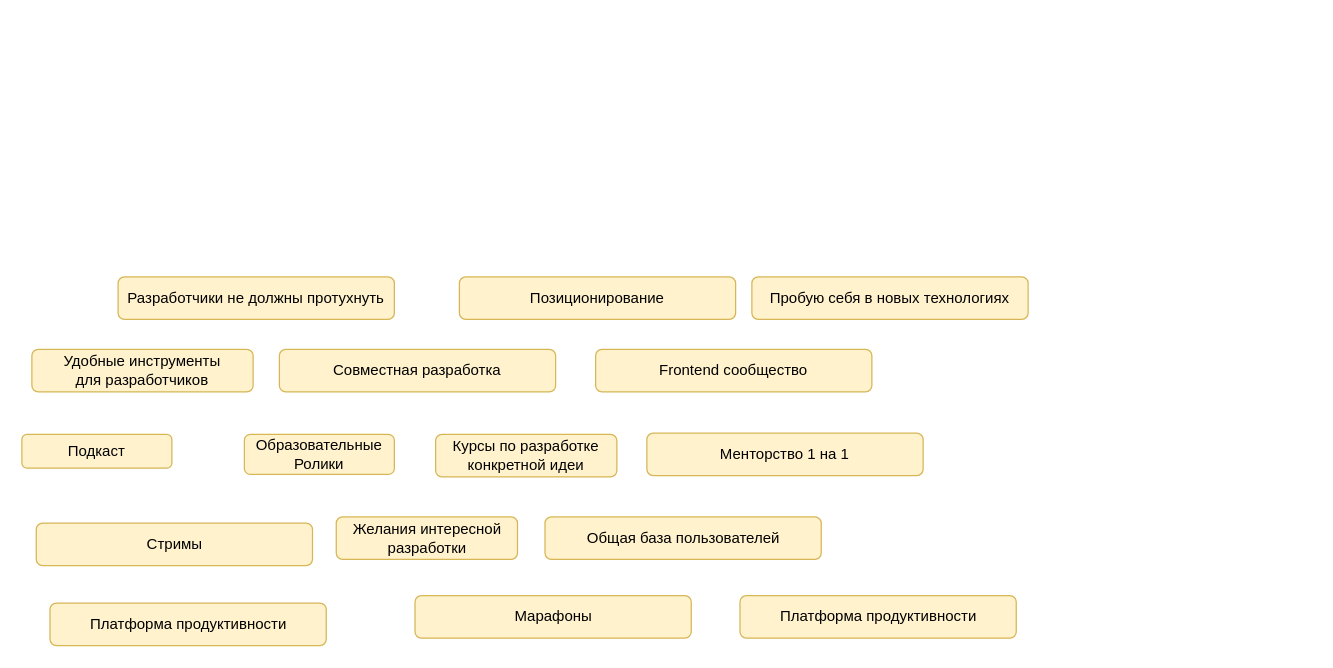
The draw.io diagram Ecosystem.drawio in orlov-oleg-developer/uml-diagrams, before the edit. Source tidied: cells renumbered, new cells numbered last; positions are measured from the earlier drawing's top-left corner, leaving out a move shared by most shapes. Both pictures are drawn from the tidied source at 125%, with x=0, y=0 at pixel (21, 276).
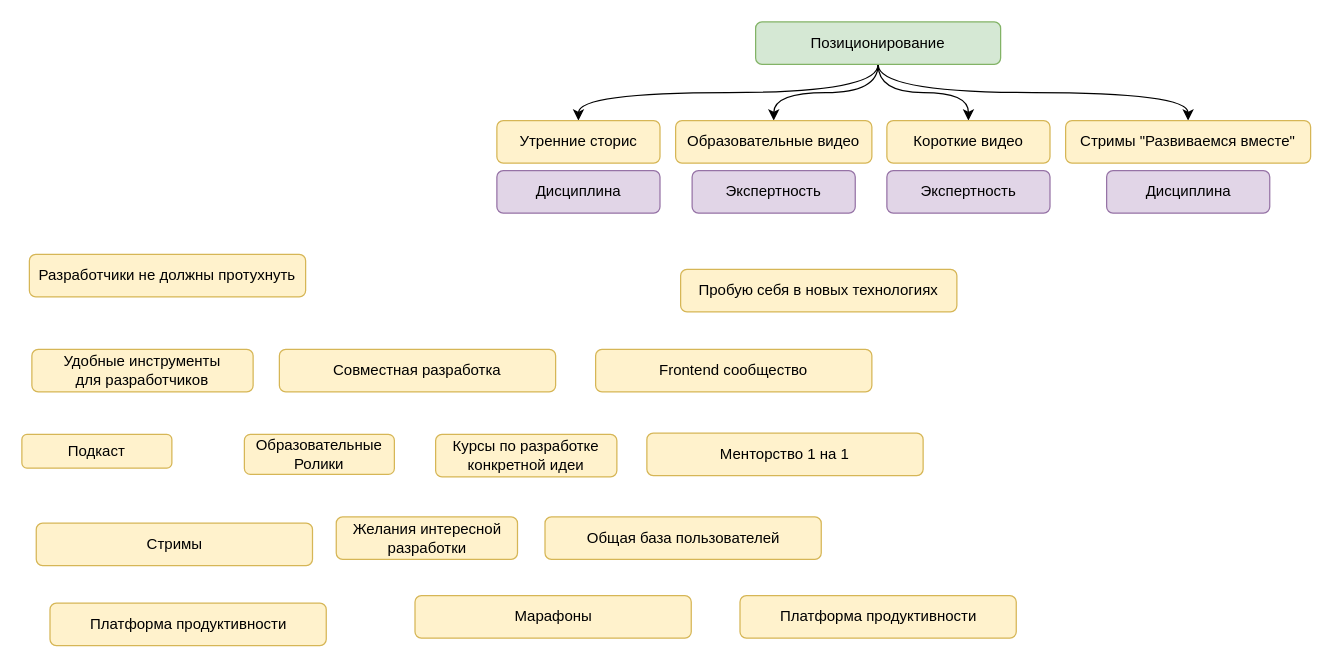
The same diagram, later.

What changed in the source:
```diff
@@
+    <mxCell id="18" style="edgeStyle=orthogonalEdgeStyle;rounded=0;jettySize=auto;html=1;entryX=0.5;entryY=0;entryDx=0;entryDy=0;curved=1;exitX=0.5;exitY=1;exitDx=0;exitDy=0;" parent="1" edge="1" source="12" target="22">
+      <mxGeometry relative="1" as="geometry" />
+    </mxCell>
+    <mxCell id="19" style="edgeStyle=orthogonalEdgeStyle;shape=connector;curved=1;rounded=0;jettySize=auto;html=1;entryX=0.5;entryY=0;entryDx=0;entryDy=0;strokeColor=default;align=center;verticalAlign=middle;fontFamily=Helvetica;fontSize=11;fontColor=default;labelBackgroundColor=default;endArrow=classic;exitX=0.5;exitY=1;exitDx=0;exitDy=0;" parent="1" edge="1" source="12" target="23">
+      <mxGeometry relative="1" as="geometry" />
+    </mxCell>
+    <mxCell id="20" style="edgeStyle=orthogonalEdgeStyle;shape=connector;curved=1;rounded=0;jettySize=auto;html=1;entryX=0.5;entryY=0;entryDx=0;entryDy=0;strokeColor=default;align=center;verticalAlign=middle;fontFamily=Helvetica;fontSize=11;fontColor=default;labelBackgroundColor=default;endArrow=classic;exitX=0.5;exitY=1;exitDx=0;exitDy=0;" parent="1" edge="1" source="12" target="24">
+      <mxGeometry relative="1" as="geometry" />
+    </mxCell>
+    <mxCell id="21" style="edgeStyle=orthogonalEdgeStyle;shape=connector;curved=1;rounded=0;jettySize=auto;html=1;entryX=0.5;entryY=0;entryDx=0;entryDy=0;strokeColor=default;align=center;verticalAlign=middle;fontFamily=Helvetica;fontSize=11;fontColor=default;labelBackgroundColor=default;endArrow=classic;" parent="1" edge="1" source="12" target="25">
+      <mxGeometry relative="1" as="geometry" />
+    </mxCell>
-    <mxCell id="12" value="Позиционирование" style="rounded=1;whiteSpace=wrap;html=1;fillColor=#fff2cc;strokeColor=#d6b656;" parent="1" vertex="1">
-      <mxGeometry x="350" width="221" height="34" as="geometry" />
+    <mxCell id="12" value="Позиционирование" style="rounded=1;whiteSpace=wrap;html=1;fillColor=#d5e8d4;strokeColor=#82b366;" parent="1" vertex="1">
+      <mxGeometry x="587" y="-204" width="196" height="34" as="geometry" />
     </mxCell>
@@
     <mxCell id="15" value="Разработчики не должны протухнуть" style="rounded=1;whiteSpace=wrap;html=1;fillColor=#fff2cc;strokeColor=#d6b656;" parent="1" vertex="1">
-      <mxGeometry x="77" width="221" height="34" as="geometry" />
+      <mxGeometry x="6" y="-18" width="221" height="34" as="geometry" />
     </mxCell>
@@
     <mxCell id="17" value="Пробую себя в новых технологиях" style="rounded=1;whiteSpace=wrap;html=1;fillColor=#fff2cc;strokeColor=#d6b656;" parent="1" vertex="1">
-      <mxGeometry x="584" width="221" height="34" as="geometry" />
+      <mxGeometry x="527" y="-6" width="221" height="34" as="geometry" />
     </mxCell>
+    <mxCell id="22" value="Стримы &quot;Развиваемся вместе&quot;" style="rounded=1;whiteSpace=wrap;html=1;fillColor=#fff2cc;strokeColor=#d6b656;" parent="1" vertex="1">
+      <mxGeometry x="835" y="-125" width="196" height="34" as="geometry" />
+    </mxCell>
+    <mxCell id="23" value="Утренние сторис" style="rounded=1;whiteSpace=wrap;html=1;fillColor=#fff2cc;strokeColor=#d6b656;" parent="1" vertex="1">
+      <mxGeometry x="380" y="-125" width="130.5" height="34" as="geometry" />
+    </mxCell>
+    <mxCell id="24" value="Короткие видео" style="rounded=1;whiteSpace=wrap;html=1;fillColor=#fff2cc;strokeColor=#d6b656;" parent="1" vertex="1">
+      <mxGeometry x="692" y="-125" width="130.5" height="34" as="geometry" />
+    </mxCell>
+    <mxCell id="25" value="Образовательные видео" style="rounded=1;whiteSpace=wrap;html=1;fillColor=#fff2cc;strokeColor=#d6b656;" parent="1" vertex="1">
+      <mxGeometry x="523" y="-125" width="157" height="34" as="geometry" />
+    </mxCell>
+    <mxCell id="26" value="Дисциплина" style="rounded=1;whiteSpace=wrap;html=1;fillColor=#e1d5e7;strokeColor=#9673a6;" parent="1" vertex="1">
+      <mxGeometry x="380" y="-85" width="130.5" height="34" as="geometry" />
+    </mxCell>
+    <mxCell id="27" value="Экспертность" style="rounded=1;whiteSpace=wrap;html=1;fillColor=#e1d5e7;strokeColor=#9673a6;" parent="1" vertex="1">
+      <mxGeometry x="536.2" y="-85" width="130.5" height="34" as="geometry" />
+    </mxCell>
+    <mxCell id="28" value="Экспертность" style="rounded=1;whiteSpace=wrap;html=1;fillColor=#e1d5e7;strokeColor=#9673a6;" parent="1" vertex="1">
+      <mxGeometry x="692" y="-85" width="130.5" height="34" as="geometry" />
+    </mxCell>
+    <mxCell id="29" value="Дисциплина" style="rounded=1;whiteSpace=wrap;html=1;fillColor=#e1d5e7;strokeColor=#9673a6;" parent="1" vertex="1">
+      <mxGeometry x="867.8" y="-85" width="130.5" height="34" as="geometry" />
+    </mxCell>
```
